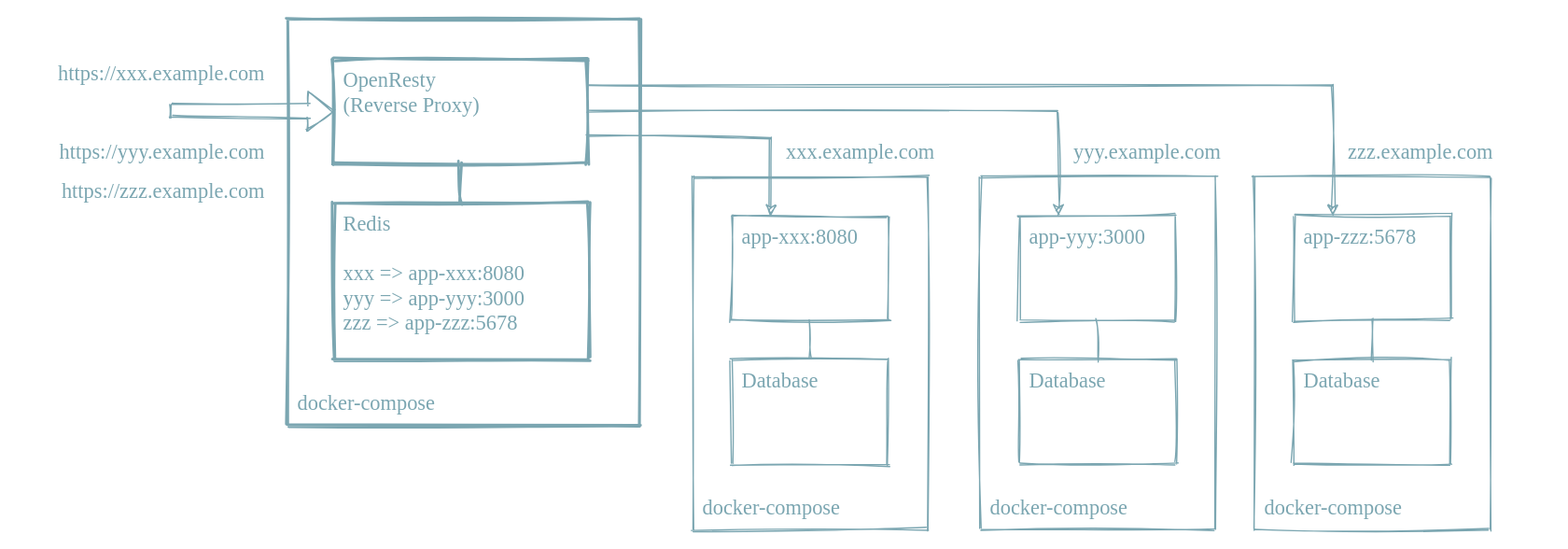
This is images/structure.svg from high-u/whabo, a draw.io export, as it was before one commit. Source tidied: cells renumbered, new cells last; positions are measured from the earlier drawing's top-left corner, leaving out a move shared by most shapes.
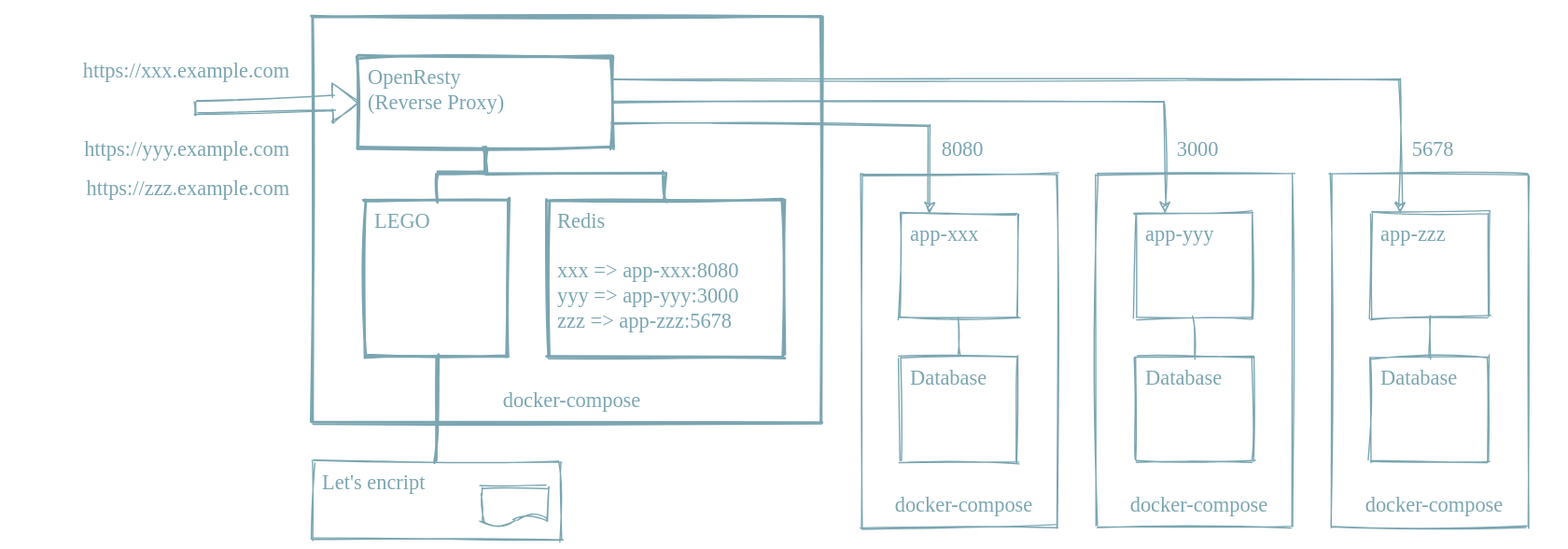
The same file after the commit.

The edit, as a diff of the source:
```diff
@@ -2,31 +2,31 @@
   <root>
     <mxCell id="0" />
     <mxCell id="1" parent="0" />
-    <mxCell id="2" value="docker-compose" style="rounded=0;strokeColor=#7BA6B1;fillColor=none;fontColor=#7BA6B1;sketch=1;verticalAlign=bottom;align=left;spacingLeft=8;spacing=0;spacingTop=2;fontSize=16;fontFamily=Comic Sans MS;spacingBottom=8;strokeWidth=2;" parent="1" vertex="1">
-      <mxGeometry x="220" width="270" height="310" as="geometry" />
+    <mxCell id="2" value="docker-compose" style="rounded=0;strokeColor=#7BA6B1;fillColor=none;fontColor=#7BA6B1;sketch=1;verticalAlign=bottom;align=center;spacingLeft=8;spacing=0;spacingTop=2;fontSize=16;fontFamily=Comic Sans MS;spacingBottom=8;strokeWidth=2;" parent="1" vertex="1">
+      <mxGeometry x="220" y="-10" width="390" height="310" as="geometry" />
     </mxCell>
     <mxCell id="3" value="OpenResty&#10;(Reverse Proxy)" style="rounded=0;strokeColor=#7BA6B1;fillColor=none;fontColor=#7BA6B1;sketch=1;verticalAlign=top;align=left;spacingLeft=8;spacing=0;spacingTop=2;fontSize=16;fontFamily=Comic Sans MS;strokeWidth=2;" parent="1" vertex="1">
-      <mxGeometry x="255" y="30" width="195" height="80" as="geometry" />
+      <mxGeometry x="255" y="20" width="195" height="70" as="geometry" />
     </mxCell>
     <mxCell id="4" value="Redis&#10;&#10;xxx =&gt; app-xxx:8080&#10;yyy =&gt; app-yyy:3000&#10;zzz =&gt; app-zzz:5678" style="rounded=0;strokeColor=#7BA6B1;fillColor=none;fontColor=#7BA6B1;sketch=1;verticalAlign=top;align=left;spacingLeft=8;spacing=0;spacingTop=2;fontSize=16;fontFamily=Comic Sans MS;strokeWidth=2;" parent="1" vertex="1">
-      <mxGeometry x="255" y="140" width="195" height="120" as="geometry" />
+      <mxGeometry x="400" y="130" width="180" height="120" as="geometry" />
     </mxCell>
-    <mxCell id="5" style="endArrow=none;fontFamily=Comic Sans MS;fontSize=16;fontColor=#7BA6B1;entryX=0.5;entryY=1;entryDx=0;entryDy=0;labelBackgroundColor=none;strokeColor=#7BA6B1;sketch=1;strokeWidth=2;" parent="1" edge="1" source="4" target="3">
+    <mxCell id="5" style="endArrow=none;fontFamily=Comic Sans MS;fontSize=16;fontColor=#7BA6B1;entryX=0.5;entryY=1;entryDx=0;entryDy=0;labelBackgroundColor=none;strokeColor=#7BA6B1;sketch=1;strokeWidth=2;edgeStyle=orthogonalEdgeStyle;rounded=0;" parent="1" edge="1" source="4" target="3">
       <mxGeometry relative="1" as="geometry" />
     </mxCell>
     <mxCell id="6" style="endArrow=classic;html=1;labelBackgroundColor=none;strokeColor=#7BA6B1;fontFamily=Comic Sans MS;fontSize=16;fontColor=#7BA6B1;entryX=0;entryY=0.5;entryDx=0;entryDy=0;sketch=1;shape=flexArrow;" parent="1" edge="1" target="3">
       <mxGeometry relative="1" as="geometry">
-        <mxPoint x="130" y="70" as="sourcePoint" />
+        <mxPoint x="130" y="60" as="sourcePoint" />
       </mxGeometry>
     </mxCell>
-    <mxCell id="7" value="docker-compose" style="rounded=0;strokeColor=#7BA6B1;fillColor=none;fontColor=#7BA6B1;sketch=1;verticalAlign=bottom;align=left;spacingLeft=8;spacing=0;spacingTop=2;fontSize=16;fontFamily=Comic Sans MS;spacingBottom=8;" parent="1" vertex="1">
-      <mxGeometry x="530" y="120" width="180" height="270" as="geometry" />
+    <mxCell id="7" value="docker-compose" style="rounded=0;strokeColor=#7BA6B1;fillColor=none;fontColor=#7BA6B1;sketch=1;verticalAlign=bottom;align=center;spacingLeft=8;spacing=0;spacingTop=2;fontSize=16;fontFamily=Comic Sans MS;spacingBottom=8;" parent="1" vertex="1">
+      <mxGeometry x="640" y="110" width="150" height="270" as="geometry" />
     </mxCell>
-    <mxCell id="8" value="app-xxx:8080" style="rounded=0;strokeColor=#7BA6B1;fillColor=none;fontColor=#7BA6B1;sketch=1;verticalAlign=top;align=left;spacingLeft=8;spacing=0;spacingTop=2;fontSize=16;fontFamily=Comic Sans MS;" parent="1" vertex="1">
-      <mxGeometry x="560" y="150" width="120" height="80" as="geometry" />
+    <mxCell id="8" value="app-xxx" style="rounded=0;strokeColor=#7BA6B1;fillColor=none;fontColor=#7BA6B1;sketch=1;verticalAlign=top;align=left;spacingLeft=8;spacing=0;spacingTop=2;fontSize=16;fontFamily=Comic Sans MS;" parent="1" vertex="1">
+      <mxGeometry x="670" y="140" width="90" height="80" as="geometry" />
     </mxCell>
     <mxCell id="9" value="Database" style="rounded=0;strokeColor=#7BA6B1;fillColor=none;fontColor=#7BA6B1;sketch=1;verticalAlign=top;align=left;spacingLeft=8;spacing=0;spacingTop=2;fontSize=16;fontFamily=Comic Sans MS;" parent="1" vertex="1">
-      <mxGeometry x="560" y="260" width="120" height="80" as="geometry" />
+      <mxGeometry x="670" y="250" width="90" height="80" as="geometry" />
     </mxCell>
     <mxCell id="10" style="endArrow=none;fontFamily=Comic Sans MS;fontSize=16;fontColor=#7BA6B1;entryX=0.5;entryY=1;entryDx=0;entryDy=0;labelBackgroundColor=none;strokeColor=#7BA6B1;sketch=1;" parent="1" edge="1" source="9" target="8">
       <mxGeometry relative="1" as="geometry" />
@@ -34,26 +34,26 @@
     <mxCell id="11" style="endArrow=classic;labelBackgroundColor=none;strokeColor=#7BA6B1;fontFamily=Comic Sans MS;fontSize=16;fontColor=#7BA6B1;exitX=1;exitY=0.75;exitDx=0;exitDy=0;entryX=0.25;entryY=0;entryDx=0;entryDy=0;edgeStyle=orthogonalEdgeStyle;sketch=1;rounded=0;" parent="1" edge="1" source="3" target="8">
       <mxGeometry relative="1" as="geometry" />
     </mxCell>
-    <mxCell id="12" value="docker-compose" style="rounded=0;strokeColor=#7BA6B1;fillColor=none;fontColor=#7BA6B1;sketch=1;verticalAlign=bottom;align=left;spacingLeft=8;spacing=0;spacingTop=2;fontSize=16;fontFamily=Comic Sans MS;spacingBottom=8;" parent="1" vertex="1">
-      <mxGeometry x="750" y="120" width="180" height="270" as="geometry" />
+    <mxCell id="12" value="docker-compose" style="rounded=0;strokeColor=#7BA6B1;fillColor=none;fontColor=#7BA6B1;sketch=1;verticalAlign=bottom;align=center;spacingLeft=8;spacing=0;spacingTop=2;fontSize=16;fontFamily=Comic Sans MS;spacingBottom=8;" parent="1" vertex="1">
+      <mxGeometry x="820" y="110" width="150" height="270" as="geometry" />
     </mxCell>
-    <mxCell id="13" value="app-yyy:3000" style="rounded=0;strokeColor=#7BA6B1;fillColor=none;fontColor=#7BA6B1;sketch=1;verticalAlign=top;align=left;spacingLeft=8;spacing=0;spacingTop=2;fontSize=16;fontFamily=Comic Sans MS;" parent="1" vertex="1">
-      <mxGeometry x="780" y="150" width="120" height="80" as="geometry" />
+    <mxCell id="13" value="app-yyy" style="rounded=0;strokeColor=#7BA6B1;fillColor=none;fontColor=#7BA6B1;sketch=1;verticalAlign=top;align=left;spacingLeft=8;spacing=0;spacingTop=2;fontSize=16;fontFamily=Comic Sans MS;" parent="1" vertex="1">
+      <mxGeometry x="850" y="140" width="90" height="80" as="geometry" />
     </mxCell>
     <mxCell id="14" value="Database" style="rounded=0;strokeColor=#7BA6B1;fillColor=none;fontColor=#7BA6B1;sketch=1;verticalAlign=top;align=left;spacingLeft=8;spacing=0;spacingTop=2;fontSize=16;fontFamily=Comic Sans MS;" parent="1" vertex="1">
-      <mxGeometry x="780" y="260" width="120" height="80" as="geometry" />
+      <mxGeometry x="850" y="250" width="90" height="80" as="geometry" />
     </mxCell>
     <mxCell id="15" style="endArrow=none;fontFamily=Comic Sans MS;fontSize=16;fontColor=#7BA6B1;entryX=0.5;entryY=1;entryDx=0;entryDy=0;labelBackgroundColor=none;strokeColor=#7BA6B1;sketch=1;" parent="1" edge="1" source="14" target="13">
       <mxGeometry relative="1" as="geometry" />
     </mxCell>
-    <mxCell id="16" value="docker-compose" style="rounded=0;strokeColor=#7BA6B1;fillColor=none;fontColor=#7BA6B1;sketch=1;verticalAlign=bottom;align=left;spacingLeft=8;spacing=0;spacingTop=2;fontSize=16;fontFamily=Comic Sans MS;spacingBottom=8;" parent="1" vertex="1">
-      <mxGeometry x="960" y="120" width="180" height="270" as="geometry" />
+    <mxCell id="16" value="docker-compose" style="rounded=0;strokeColor=#7BA6B1;fillColor=none;fontColor=#7BA6B1;sketch=1;verticalAlign=bottom;align=center;spacingLeft=8;spacing=0;spacingTop=2;fontSize=16;fontFamily=Comic Sans MS;spacingBottom=8;" parent="1" vertex="1">
+      <mxGeometry x="1000" y="110" width="150" height="270" as="geometry" />
     </mxCell>
-    <mxCell id="17" value="app-zzz:5678" style="rounded=0;strokeColor=#7BA6B1;fillColor=none;fontColor=#7BA6B1;sketch=1;verticalAlign=top;align=left;spacingLeft=8;spacing=0;spacingTop=2;fontSize=16;fontFamily=Comic Sans MS;" parent="1" vertex="1">
-      <mxGeometry x="990" y="150" width="120" height="80" as="geometry" />
+    <mxCell id="17" value="app-zzz" style="rounded=0;strokeColor=#7BA6B1;fillColor=none;fontColor=#7BA6B1;sketch=1;verticalAlign=top;align=left;spacingLeft=8;spacing=0;spacingTop=2;fontSize=16;fontFamily=Comic Sans MS;" parent="1" vertex="1">
+      <mxGeometry x="1030" y="140" width="90" height="80" as="geometry" />
     </mxCell>
     <mxCell id="18" value="Database" style="rounded=0;strokeColor=#7BA6B1;fillColor=none;fontColor=#7BA6B1;sketch=1;verticalAlign=top;align=left;spacingLeft=8;spacing=0;spacingTop=2;fontSize=16;fontFamily=Comic Sans MS;" parent="1" vertex="1">
-      <mxGeometry x="990" y="260" width="120" height="80" as="geometry" />
+      <mxGeometry x="1030" y="250" width="90" height="80" as="geometry" />
     </mxCell>
     <mxCell id="19" style="endArrow=none;fontFamily=Comic Sans MS;fontSize=16;fontColor=#7BA6B1;entryX=0.5;entryY=1;entryDx=0;entryDy=0;labelBackgroundColor=none;strokeColor=#7BA6B1;sketch=1;" parent="1" edge="1" source="18" target="17">
       <mxGeometry relative="1" as="geometry" />
@@ -65,22 +65,37 @@
       <mxGeometry relative="1" as="geometry" />
     </mxCell>
     <mxCell id="22" value="https://xxx.example.com" style="text;strokeColor=none;fillColor=none;align=right;verticalAlign=middle;rounded=0;fontFamily=Comic Sans MS;fontColor=#7BA6B1;fontSize=16;" parent="1" vertex="1">
-      <mxGeometry y="30" width="205" height="20" as="geometry" />
+      <mxGeometry y="20" width="205" height="20" as="geometry" />
     </mxCell>
     <mxCell id="23" value="https://yyy.example.com" style="text;strokeColor=none;fillColor=none;align=right;verticalAlign=middle;rounded=0;fontFamily=Comic Sans MS;fontColor=#7BA6B1;fontSize=16;" parent="1" vertex="1">
-      <mxGeometry y="90" width="205" height="20" as="geometry" />
+      <mxGeometry y="80" width="205" height="20" as="geometry" />
     </mxCell>
     <mxCell id="24" value="https://zzz.example.com" style="text;strokeColor=none;fillColor=none;align=right;verticalAlign=middle;rounded=0;fontFamily=Comic Sans MS;fontColor=#7BA6B1;fontSize=16;" parent="1" vertex="1">
-      <mxGeometry y="120" width="205" height="20" as="geometry" />
+      <mxGeometry y="110" width="205" height="20" as="geometry" />
     </mxCell>
-    <mxCell id="25" value="zzz.example.com" style="text;strokeColor=none;fillColor=none;align=left;verticalAlign=middle;rounded=0;fontFamily=Comic Sans MS;fontColor=#7BA6B1;fontSize=16;" parent="1" vertex="1">
-      <mxGeometry x="1030" y="90" width="140" height="20" as="geometry" />
+    <mxCell id="25" value="5678" style="text;strokeColor=none;fillColor=none;align=left;verticalAlign=middle;rounded=0;fontFamily=Comic Sans MS;fontColor=#7BA6B1;fontSize=16;" parent="1" vertex="1">
+      <mxGeometry x="1060" y="80" width="60" height="20" as="geometry" />
     </mxCell>
-    <mxCell id="26" value="yyy.example.com" style="text;strokeColor=none;fillColor=none;align=left;verticalAlign=middle;rounded=0;fontFamily=Comic Sans MS;fontColor=#7BA6B1;fontSize=16;" parent="1" vertex="1">
-      <mxGeometry x="820" y="90" width="140" height="20" as="geometry" />
+    <mxCell id="26" value="3000" style="text;strokeColor=none;fillColor=none;align=left;verticalAlign=middle;rounded=0;fontFamily=Comic Sans MS;fontColor=#7BA6B1;fontSize=16;" parent="1" vertex="1">
+      <mxGeometry x="880" y="80" width="70" height="20" as="geometry" />
     </mxCell>
-    <mxCell id="27" value="xxx.example.com" style="text;strokeColor=none;fillColor=none;align=left;verticalAlign=middle;rounded=0;fontFamily=Comic Sans MS;fontColor=#7BA6B1;fontSize=16;" parent="1" vertex="1">
-      <mxGeometry x="600" y="90" width="140" height="20" as="geometry" />
+    <mxCell id="27" value="8080" style="text;strokeColor=none;fillColor=none;align=left;verticalAlign=middle;rounded=0;fontFamily=Comic Sans MS;fontColor=#7BA6B1;fontSize=16;" parent="1" vertex="1">
+      <mxGeometry x="700" y="80" width="60" height="20" as="geometry" />
     </mxCell>
+    <mxCell id="28" value="LEGO" style="rounded=0;strokeColor=#7BA6B1;fillColor=none;fontColor=#7BA6B1;sketch=1;verticalAlign=top;align=left;spacingLeft=8;spacing=0;spacingTop=2;fontSize=16;fontFamily=Comic Sans MS;strokeWidth=2;" parent="1" vertex="1">
+      <mxGeometry x="260" y="130" width="110" height="120" as="geometry" />
+    </mxCell>
+    <mxCell id="29" value="Let's encript" style="rounded=0;strokeColor=#7BA6B1;fillColor=none;fontColor=#7BA6B1;sketch=1;verticalAlign=top;align=left;spacingLeft=8;spacing=0;spacingTop=2;fontSize=16;fontFamily=Comic Sans MS;" parent="1" vertex="1">
+      <mxGeometry x="220" y="330" width="190" height="60" as="geometry" />
+    </mxCell>
+    <mxCell id="30" style="endArrow=none;fontFamily=Comic Sans MS;fontSize=16;fontColor=#7BA6B1;entryX=0.5;entryY=1;entryDx=0;entryDy=0;labelBackgroundColor=none;strokeColor=#7BA6B1;sketch=1;strokeWidth=2;edgeStyle=orthogonalEdgeStyle;rounded=0;exitX=0.5;exitY=0;exitDx=0;exitDy=0;" parent="1" edge="1" source="28" target="3">
+      <mxGeometry relative="1" as="geometry" />
+    </mxCell>
+    <mxCell id="31" style="endArrow=none;fontFamily=Comic Sans MS;fontSize=16;fontColor=#7BA6B1;labelBackgroundColor=none;strokeColor=#7BA6B1;sketch=1;strokeWidth=2;edgeStyle=orthogonalEdgeStyle;rounded=0;exitX=0.5;exitY=0;exitDx=0;exitDy=0;entryX=0.5;entryY=1;entryDx=0;entryDy=0;" parent="1" edge="1" source="29" target="28">
+      <mxGeometry relative="1" as="geometry" />
+    </mxCell>
+    <mxCell id="32" style="shape=document;whiteSpace=wrap;html=1;boundedLbl=1;sketch=1;fillColor=none;strokeColor=#7BA6B1;" parent="1" vertex="1">
+      <mxGeometry x="350" y="350" width="50" height="30" as="geometry" />
+    </mxCell>
   </root>
 </mxGraphModel>
```
